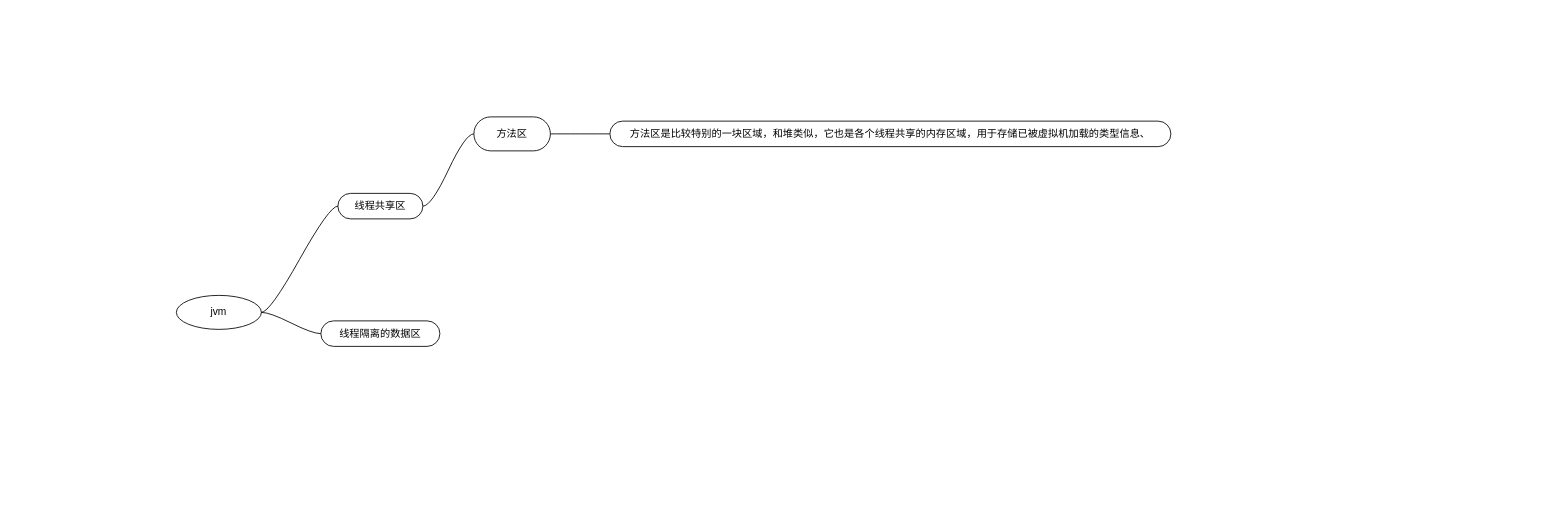
Before: java内容整理.drawio in oat1314/readme, a draw.io diagram. Source tidied: cells renumbered, new cells numbered last; positions are measured from the earlier drawing's top-left corner, leaving out a move shared by most shapes. Both pictures are drawn from the tidied source at 85%, with x=0, y=0 at pixel (176, 116).
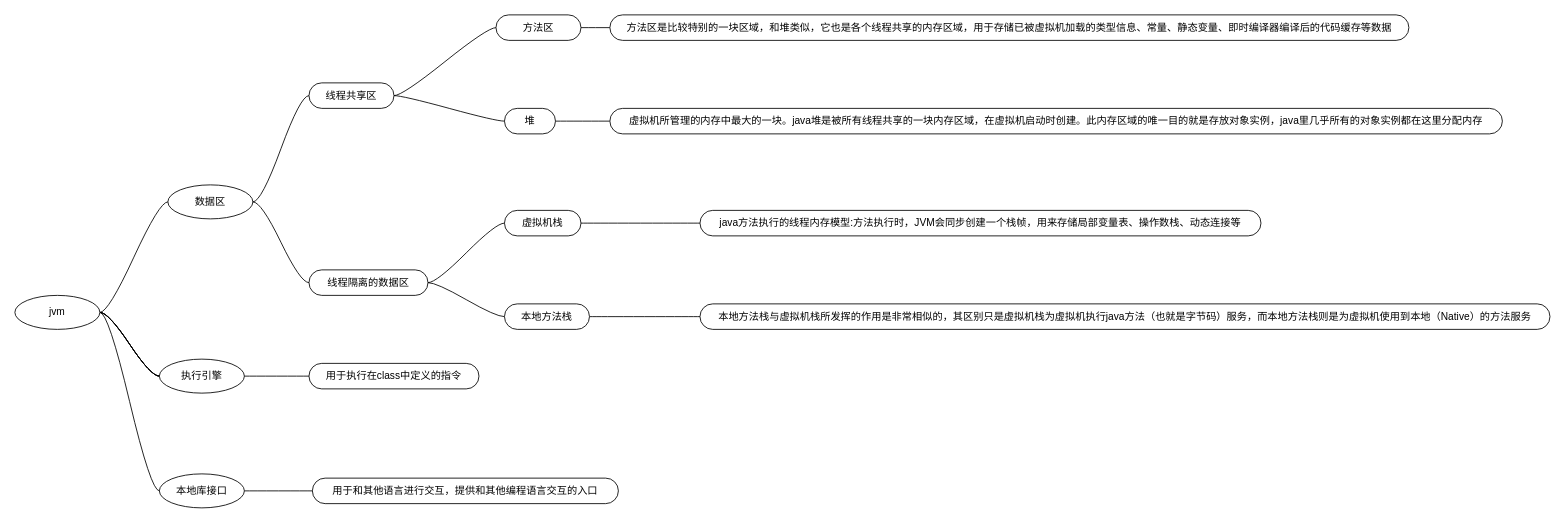
The same page after the edit.

Commit message (it also covers changes not shown here):
更新java内容整理.drawio

Diff of the diagram source:
```diff
@@
-    <mxCell id="2" value="jvm" style="ellipse;whiteSpace=wrap;html=1;align=center;newEdgeStyle={&quot;edgeStyle&quot;:&quot;entityRelationEdgeStyle&quot;,&quot;startArrow&quot;:&quot;none&quot;,&quot;endArrow&quot;:&quot;none&quot;,&quot;segment&quot;:10,&quot;curved&quot;:1,&quot;sourcePerimeterSpacing&quot;:0,&quot;targetPerimeterSpacing&quot;:0};" parent="1" vertex="1">
-      <mxGeometry y="210" width="100" height="40" as="geometry" />
+    <mxCell id="2" value="数据区" style="ellipse;whiteSpace=wrap;html=1;align=center;newEdgeStyle={&quot;edgeStyle&quot;:&quot;entityRelationEdgeStyle&quot;,&quot;startArrow&quot;:&quot;none&quot;,&quot;endArrow&quot;:&quot;none&quot;,&quot;segment&quot;:10,&quot;curved&quot;:1,&quot;sourcePerimeterSpacing&quot;:0,&quot;targetPerimeterSpacing&quot;:0};" parent="1" vertex="1">
+      <mxGeometry x="-10" y="80" width="100" height="40" as="geometry" />
     </mxCell>
@@
+    <mxCell id="11" style="edgeStyle=entityRelationEdgeStyle;rounded=0;jettySize=auto;html=1;startArrow=none;endArrow=none;segment=10;curved=1;sourcePerimeterSpacing=0;targetPerimeterSpacing=0;" parent="1" edge="1" source="4" target="15">
+      <mxGeometry relative="1" as="geometry" />
+    </mxCell>
     <mxCell id="4" value="线程共享区" style="whiteSpace=wrap;html=1;rounded=1;arcSize=50;align=center;verticalAlign=middle;strokeWidth=1;spacing=4;newEdgeStyle={&quot;edgeStyle&quot;:&quot;entityRelationEdgeStyle&quot;,&quot;startArrow&quot;:&quot;none&quot;,&quot;endArrow&quot;:&quot;none&quot;,&quot;segment&quot;:10,&quot;curved&quot;:1,&quot;sourcePerimeterSpacing&quot;:0,&quot;targetPerimeterSpacing&quot;:0};" parent="1" vertex="1">
-      <mxGeometry x="190" y="90" width="100" height="30" as="geometry" />
+      <mxGeometry x="156" y="-40" width="100" height="30" as="geometry" />
     </mxCell>
@@
     <mxCell id="7" value="方法区" style="whiteSpace=wrap;html=1;rounded=1;arcSize=50;align=center;verticalAlign=middle;strokeWidth=1;spacing=4;newEdgeStyle={&quot;edgeStyle&quot;:&quot;entityRelationEdgeStyle&quot;,&quot;startArrow&quot;:&quot;none&quot;,&quot;endArrow&quot;:&quot;none&quot;,&quot;segment&quot;:10,&quot;curved&quot;:1,&quot;sourcePerimeterSpacing&quot;:0,&quot;targetPerimeterSpacing&quot;:0};" parent="1" vertex="1">
-      <mxGeometry x="350" width="90" height="40" as="geometry" />
+      <mxGeometry x="376" y="-120" width="100" height="30" as="geometry" />
     </mxCell>
+    <mxCell id="12" style="edgeStyle=entityRelationEdgeStyle;rounded=0;jettySize=auto;html=1;startArrow=none;endArrow=none;segment=10;curved=1;sourcePerimeterSpacing=0;targetPerimeterSpacing=0;" parent="1" edge="1" source="8" target="18">
+      <mxGeometry relative="1" as="geometry" />
+    </mxCell>
+    <mxCell id="13" style="edgeStyle=entityRelationEdgeStyle;rounded=0;jettySize=auto;html=1;startArrow=none;endArrow=none;segment=10;curved=1;sourcePerimeterSpacing=0;targetPerimeterSpacing=0;" parent="1" edge="1" source="8" target="21">
+      <mxGeometry relative="1" as="geometry" />
+    </mxCell>
     <mxCell id="8" value="线程隔离的数据区" style="whiteSpace=wrap;html=1;rounded=1;arcSize=50;align=center;verticalAlign=middle;strokeWidth=1;spacing=4;newEdgeStyle={&quot;edgeStyle&quot;:&quot;entityRelationEdgeStyle&quot;,&quot;startArrow&quot;:&quot;none&quot;,&quot;endArrow&quot;:&quot;none&quot;,&quot;segment&quot;:10,&quot;curved&quot;:1,&quot;sourcePerimeterSpacing&quot;:0,&quot;targetPerimeterSpacing&quot;:0};" parent="1" vertex="1">
-      <mxGeometry x="170" y="240" width="140" height="30" as="geometry" />
+      <mxGeometry x="156" y="180" width="140" height="30" as="geometry" />
     </mxCell>
-    <mxCell id="9" style="edgeStyle=entityRelationEdgeStyle;startArrow=none;endArrow=none;segment=10;curved=1;sourcePerimeterSpacing=0;targetPerimeterSpacing=0;rounded=0;" parent="1" edge="1" target="8">
-      <mxGeometry relative="1" as="geometry">
-        <mxPoint x="100" y="230" as="sourcePoint" />
-      </mxGeometry>
+    <mxCell id="9" style="edgeStyle=entityRelationEdgeStyle;startArrow=none;endArrow=none;segment=10;curved=1;sourcePerimeterSpacing=0;targetPerimeterSpacing=0;rounded=0;exitX=1;exitY=0.5;exitDx=0;exitDy=0;" parent="1" edge="1" source="2" target="8">
+      <mxGeometry relative="1" as="geometry" />
     </mxCell>
-    <mxCell id="10" value="方法区是比较特别的一块区域，和堆类似，它也是各个线程共享的内存区域，用于存储已被虚拟机加载的类型信息、" style="whiteSpace=wrap;html=1;rounded=1;arcSize=50;align=center;verticalAlign=middle;strokeWidth=1;spacing=4;newEdgeStyle={&quot;edgeStyle&quot;:&quot;entityRelationEdgeStyle&quot;,&quot;startArrow&quot;:&quot;none&quot;,&quot;endArrow&quot;:&quot;none&quot;,&quot;segment&quot;:10,&quot;curved&quot;:1,&quot;sourcePerimeterSpacing&quot;:0,&quot;targetPerimeterSpacing&quot;:0};" parent="1" vertex="1">
-      <mxGeometry x="510" y="5" width="660" height="30" as="geometry" />
+    <mxCell id="10" value="方法区是比较特别的一块区域，和堆类似，它也是各个线程共享的内存区域，用于存储已被虚拟机加载的类型信息、常量、静态变量、即时编译器编译后的代码缓存等数据" style="whiteSpace=wrap;html=1;rounded=1;arcSize=50;align=center;verticalAlign=middle;strokeWidth=1;spacing=4;newEdgeStyle={&quot;edgeStyle&quot;:&quot;entityRelationEdgeStyle&quot;,&quot;startArrow&quot;:&quot;none&quot;,&quot;endArrow&quot;:&quot;none&quot;,&quot;segment&quot;:10,&quot;curved&quot;:1,&quot;sourcePerimeterSpacing&quot;:0,&quot;targetPerimeterSpacing&quot;:0};" parent="1" vertex="1">
+      <mxGeometry x="510" y="-120" width="940" height="30" as="geometry" />
     </mxCell>
+    <mxCell id="14" style="edgeStyle=entityRelationEdgeStyle;rounded=0;jettySize=auto;html=1;startArrow=none;endArrow=none;segment=10;curved=1;sourcePerimeterSpacing=0;targetPerimeterSpacing=0;" parent="1" edge="1" source="15" target="16">
+      <mxGeometry relative="1" as="geometry" />
+    </mxCell>
+    <mxCell id="15" value="堆" style="whiteSpace=wrap;html=1;rounded=1;arcSize=50;align=center;verticalAlign=middle;strokeWidth=1;spacing=4;newEdgeStyle={&quot;edgeStyle&quot;:&quot;entityRelationEdgeStyle&quot;,&quot;startArrow&quot;:&quot;none&quot;,&quot;endArrow&quot;:&quot;none&quot;,&quot;segment&quot;:10,&quot;curved&quot;:1,&quot;sourcePerimeterSpacing&quot;:0,&quot;targetPerimeterSpacing&quot;:0};" parent="1" vertex="1">
+      <mxGeometry x="386" y="-10" width="60" height="30" as="geometry" />
+    </mxCell>
+    <mxCell id="16" value="虚拟机所管理的内存中最大的一块。java堆是被所有线程共享的一块内存区域，在虚拟机启动时创建。此内存区域的唯一目的就是存放对象实例，java里几乎所有的对象实例都在这里分配内存" style="whiteSpace=wrap;html=1;rounded=1;arcSize=50;align=center;verticalAlign=middle;strokeWidth=1;spacing=4;newEdgeStyle={&quot;edgeStyle&quot;:&quot;entityRelationEdgeStyle&quot;,&quot;startArrow&quot;:&quot;none&quot;,&quot;endArrow&quot;:&quot;none&quot;,&quot;segment&quot;:10,&quot;curved&quot;:1,&quot;sourcePerimeterSpacing&quot;:0,&quot;targetPerimeterSpacing&quot;:0};" parent="1" vertex="1">
+      <mxGeometry x="510" y="-10" width="1050" height="30" as="geometry" />
+    </mxCell>
+    <mxCell id="17" style="edgeStyle=entityRelationEdgeStyle;rounded=0;jettySize=auto;html=1;startArrow=none;endArrow=none;segment=10;curved=1;sourcePerimeterSpacing=0;targetPerimeterSpacing=0;" parent="1" edge="1" source="18" target="19">
+      <mxGeometry relative="1" as="geometry" />
+    </mxCell>
+    <mxCell id="18" value="虚拟机栈" style="whiteSpace=wrap;html=1;rounded=1;arcSize=50;align=center;verticalAlign=middle;strokeWidth=1;spacing=4;newEdgeStyle={&quot;edgeStyle&quot;:&quot;entityRelationEdgeStyle&quot;,&quot;startArrow&quot;:&quot;none&quot;,&quot;endArrow&quot;:&quot;none&quot;,&quot;segment&quot;:10,&quot;curved&quot;:1,&quot;sourcePerimeterSpacing&quot;:0,&quot;targetPerimeterSpacing&quot;:0};" parent="1" vertex="1">
+      <mxGeometry x="386" y="110" width="90" height="30" as="geometry" />
+    </mxCell>
+    <mxCell id="19" value="java方法执行的线程内存模型:方法执行时，JVM会同步创建一个栈帧，用来存储局部变量表、操作数栈、动态连接等" style="whiteSpace=wrap;html=1;rounded=1;arcSize=50;align=center;verticalAlign=middle;strokeWidth=1;spacing=4;newEdgeStyle={&quot;edgeStyle&quot;:&quot;entityRelationEdgeStyle&quot;,&quot;startArrow&quot;:&quot;none&quot;,&quot;endArrow&quot;:&quot;none&quot;,&quot;segment&quot;:10,&quot;curved&quot;:1,&quot;sourcePerimeterSpacing&quot;:0,&quot;targetPerimeterSpacing&quot;:0};" parent="1" vertex="1">
+      <mxGeometry x="616" y="110" width="660" height="30" as="geometry" />
+    </mxCell>
+    <mxCell id="20" style="edgeStyle=entityRelationEdgeStyle;rounded=0;jettySize=auto;html=1;startArrow=none;endArrow=none;segment=10;curved=1;sourcePerimeterSpacing=0;targetPerimeterSpacing=0;entryX=0;entryY=0.5;entryDx=0;entryDy=0;" parent="1" edge="1" source="21" target="22">
+      <mxGeometry relative="1" as="geometry" />
+    </mxCell>
+    <mxCell id="21" value="本地方法栈" style="whiteSpace=wrap;html=1;rounded=1;arcSize=50;align=center;verticalAlign=middle;strokeWidth=1;spacing=4;newEdgeStyle={&quot;edgeStyle&quot;:&quot;entityRelationEdgeStyle&quot;,&quot;startArrow&quot;:&quot;none&quot;,&quot;endArrow&quot;:&quot;none&quot;,&quot;segment&quot;:10,&quot;curved&quot;:1,&quot;sourcePerimeterSpacing&quot;:0,&quot;targetPerimeterSpacing&quot;:0};" parent="1" vertex="1">
+      <mxGeometry x="386" y="220" width="100" height="30" as="geometry" />
+    </mxCell>
+    <mxCell id="22" value="本地方法栈与虚拟机栈所发挥的作用是非常相似的，其区别只是虚拟机栈为虚拟机执行java方法（也就是字节码）服务，而本地方法栈则是为虚拟机使用到本地（Native）的方法服务" style="whiteSpace=wrap;html=1;rounded=1;arcSize=50;align=center;verticalAlign=middle;strokeWidth=1;spacing=4;newEdgeStyle={&quot;edgeStyle&quot;:&quot;entityRelationEdgeStyle&quot;,&quot;startArrow&quot;:&quot;none&quot;,&quot;endArrow&quot;:&quot;none&quot;,&quot;segment&quot;:10,&quot;curved&quot;:1,&quot;sourcePerimeterSpacing&quot;:0,&quot;targetPerimeterSpacing&quot;:0};" parent="1" vertex="1">
+      <mxGeometry x="616" y="220" width="1000" height="30" as="geometry" />
+    </mxCell>
+    <mxCell id="23" style="edgeStyle=entityRelationEdgeStyle;rounded=0;jettySize=auto;html=1;startArrow=none;endArrow=none;segment=10;curved=1;sourcePerimeterSpacing=0;targetPerimeterSpacing=0;entryX=0;entryY=0.5;entryDx=0;entryDy=0;" parent="1" edge="1" source="29" target="2">
+      <mxGeometry relative="1" as="geometry" />
+    </mxCell>
+    <mxCell id="24" style="edgeStyle=entityRelationEdgeStyle;rounded=0;jettySize=auto;html=1;startArrow=none;endArrow=none;segment=10;curved=1;sourcePerimeterSpacing=0;targetPerimeterSpacing=0;exitX=1;exitY=0.5;exitDx=0;exitDy=0;exitPerimeter=0;" parent="1" edge="1" source="29" target="30">
+      <mxGeometry relative="1" as="geometry" />
+    </mxCell>
+    <mxCell id="25" style="edgeStyle=entityRelationEdgeStyle;rounded=0;jettySize=auto;html=1;startArrow=none;endArrow=none;segment=10;curved=1;sourcePerimeterSpacing=0;targetPerimeterSpacing=0;" parent="1" edge="1" source="29" target="30">
+      <mxGeometry relative="1" as="geometry" />
+    </mxCell>
+    <mxCell id="26" style="edgeStyle=entityRelationEdgeStyle;rounded=0;jettySize=auto;html=1;startArrow=none;endArrow=none;segment=10;curved=1;sourcePerimeterSpacing=0;targetPerimeterSpacing=0;" parent="1" edge="1" source="29" target="30">
+      <mxGeometry relative="1" as="geometry" />
+    </mxCell>
+    <mxCell id="27" style="edgeStyle=entityRelationEdgeStyle;rounded=0;jettySize=auto;html=1;startArrow=none;endArrow=none;segment=10;curved=1;sourcePerimeterSpacing=0;targetPerimeterSpacing=0;" parent="1" edge="1" source="29" target="30">
+      <mxGeometry relative="1" as="geometry" />
+    </mxCell>
+    <mxCell id="28" style="edgeStyle=entityRelationEdgeStyle;rounded=0;jettySize=auto;html=1;startArrow=none;endArrow=none;segment=10;curved=1;sourcePerimeterSpacing=0;targetPerimeterSpacing=0;entryX=0;entryY=0.5;entryDx=0;entryDy=0;" parent="1" edge="1" source="29" target="34">
+      <mxGeometry relative="1" as="geometry" />
+    </mxCell>
+    <mxCell id="29" value="jvm" style="ellipse;whiteSpace=wrap;html=1;align=center;newEdgeStyle={&quot;edgeStyle&quot;:&quot;entityRelationEdgeStyle&quot;,&quot;startArrow&quot;:&quot;none&quot;,&quot;endArrow&quot;:&quot;none&quot;,&quot;segment&quot;:10,&quot;curved&quot;:1,&quot;sourcePerimeterSpacing&quot;:0,&quot;targetPerimeterSpacing&quot;:0};" parent="1" vertex="1">
+      <mxGeometry x="-190" y="210" width="100" height="40" as="geometry" />
+    </mxCell>
+    <mxCell id="30" value="执行引擎" style="ellipse;whiteSpace=wrap;html=1;align=center;newEdgeStyle={&quot;edgeStyle&quot;:&quot;entityRelationEdgeStyle&quot;,&quot;startArrow&quot;:&quot;none&quot;,&quot;endArrow&quot;:&quot;none&quot;,&quot;segment&quot;:10,&quot;curved&quot;:1,&quot;sourcePerimeterSpacing&quot;:0,&quot;targetPerimeterSpacing&quot;:0};" parent="1" vertex="1">
+      <mxGeometry x="-20" y="285" width="100" height="40" as="geometry" />
+    </mxCell>
+    <mxCell id="31" value="用于执行在class中定义的指令" style="whiteSpace=wrap;html=1;rounded=1;arcSize=50;align=center;verticalAlign=middle;strokeWidth=1;spacing=4;newEdgeStyle={&quot;edgeStyle&quot;:&quot;entityRelationEdgeStyle&quot;,&quot;startArrow&quot;:&quot;none&quot;,&quot;endArrow&quot;:&quot;none&quot;,&quot;segment&quot;:10,&quot;curved&quot;:1,&quot;sourcePerimeterSpacing&quot;:0,&quot;targetPerimeterSpacing&quot;:0};" parent="1" vertex="1">
+      <mxGeometry x="156" y="290" width="200" height="30" as="geometry" />
+    </mxCell>
+    <mxCell id="32" style="edgeStyle=entityRelationEdgeStyle;startArrow=none;endArrow=none;segment=10;curved=1;sourcePerimeterSpacing=0;targetPerimeterSpacing=0;rounded=0;exitX=1;exitY=0.5;exitDx=0;exitDy=0;" parent="1" edge="1" source="30" target="31">
+      <mxGeometry relative="1" as="geometry" />
+    </mxCell>
+    <mxCell id="33" style="edgeStyle=entityRelationEdgeStyle;rounded=0;jettySize=auto;html=1;startArrow=none;endArrow=none;segment=10;curved=1;sourcePerimeterSpacing=0;targetPerimeterSpacing=0;entryX=0;entryY=0.5;entryDx=0;entryDy=0;" parent="1" edge="1" source="34" target="35">
+      <mxGeometry relative="1" as="geometry" />
+    </mxCell>
+    <mxCell id="34" value="本地库接口" style="ellipse;whiteSpace=wrap;html=1;align=center;newEdgeStyle={&quot;edgeStyle&quot;:&quot;entityRelationEdgeStyle&quot;,&quot;startArrow&quot;:&quot;none&quot;,&quot;endArrow&quot;:&quot;none&quot;,&quot;segment&quot;:10,&quot;curved&quot;:1,&quot;sourcePerimeterSpacing&quot;:0,&quot;targetPerimeterSpacing&quot;:0};" parent="1" vertex="1">
+      <mxGeometry x="-20" y="420" width="100" height="40" as="geometry" />
+    </mxCell>
+    <mxCell id="35" value="用于和其他语言进行交互，提供和其他编程语言交互的入口" style="whiteSpace=wrap;html=1;rounded=1;arcSize=50;align=center;verticalAlign=middle;strokeWidth=1;spacing=4;newEdgeStyle={&quot;edgeStyle&quot;:&quot;entityRelationEdgeStyle&quot;,&quot;startArrow&quot;:&quot;none&quot;,&quot;endArrow&quot;:&quot;none&quot;,&quot;segment&quot;:10,&quot;curved&quot;:1,&quot;sourcePerimeterSpacing&quot;:0,&quot;targetPerimeterSpacing&quot;:0};" parent="1" vertex="1">
+      <mxGeometry x="160" y="425" width="360" height="30" as="geometry" />
+    </mxCell>
```
